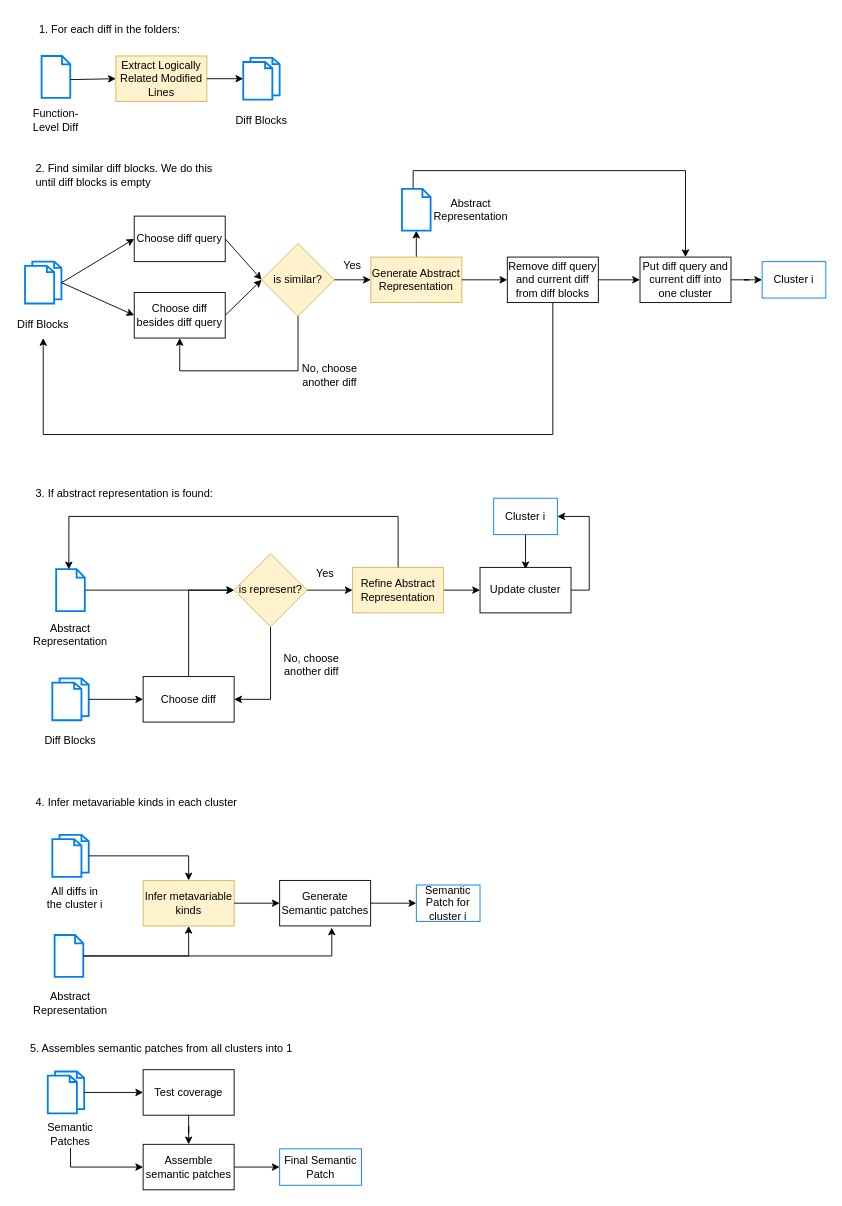
imamnurby/graphs keeps this draw.io diagram as smpl_translation/flow_sp_llm.drawio. Above is the earlier version. Source tidied: cells renumbered, new cells numbered last; positions are measured from the earlier drawing's top-left corner, leaving out a move shared by most shapes. Both pictures are drawn from the tidied source at 91%, with x=0, y=0 at pixel (15, 15).
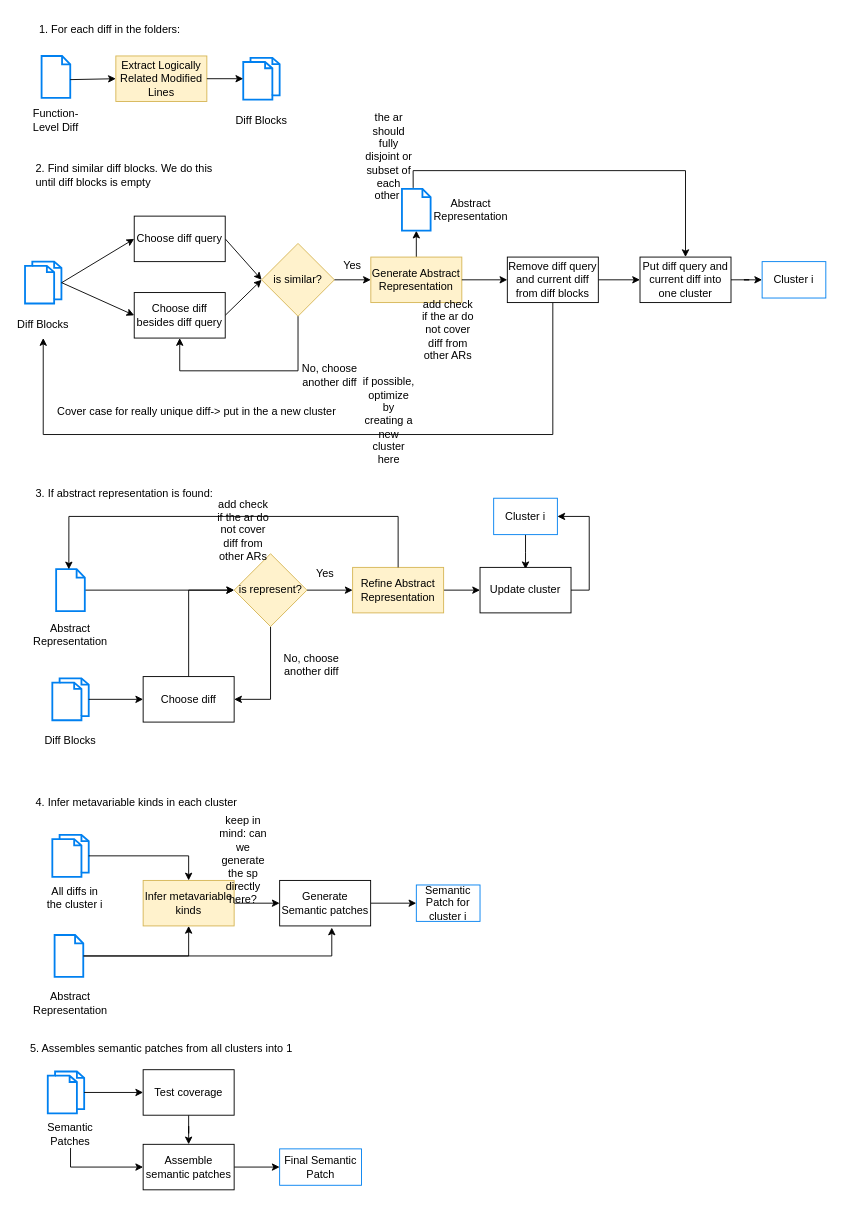
Above is the later version.

The edit, as a diff of the source:
```diff
@@
+    <mxCell id="86" value="Cover case for really unique diff-&amp;gt; put in the a new cluster&amp;nbsp;" style="text;html=1;align=center;verticalAlign=middle;strokeColor=none;fillColor=none;" parent="1" vertex="1">
+      <mxGeometry x="34.8" y="420" width="330" height="30" as="geometry" />
+    </mxCell>
+    <mxCell id="87" value="keep in mind: can we generate the sp directly here?&lt;div&gt;&lt;br&gt;&lt;/div&gt;" style="text;html=1;align=center;verticalAlign=middle;whiteSpace=wrap;rounded=0;" parent="1" vertex="1">
+      <mxGeometry x="220" y="920" width="60" height="30" as="geometry" />
+    </mxCell>
+    <mxCell id="88" value="add check if the ar do not cover diff from other ARs" style="text;html=1;align=center;verticalAlign=middle;whiteSpace=wrap;rounded=0;" parent="1" vertex="1">
+      <mxGeometry x="220" y="550" width="60" height="30" as="geometry" />
+    </mxCell>
+    <mxCell id="89" value="add check if the ar do not cover diff from other ARs" style="text;html=1;align=center;verticalAlign=middle;whiteSpace=wrap;rounded=0;" parent="1" vertex="1">
+      <mxGeometry x="445" y="330" width="60" height="30" as="geometry" />
+    </mxCell>
+    <mxCell id="90" value="the ar should fully disjoint or subset of each other&amp;nbsp;" style="text;html=1;align=center;verticalAlign=middle;whiteSpace=wrap;rounded=0;" parent="1" vertex="1">
+      <mxGeometry x="379.8" y="140" width="60" height="30" as="geometry" />
+    </mxCell>
+    <mxCell id="91" value="if possible, optimize by creating a new cluster here" style="text;html=1;align=center;verticalAlign=middle;whiteSpace=wrap;rounded=0;" parent="1" vertex="1">
+      <mxGeometry x="379.8" y="430" width="60" height="30" as="geometry" />
+    </mxCell>
```
